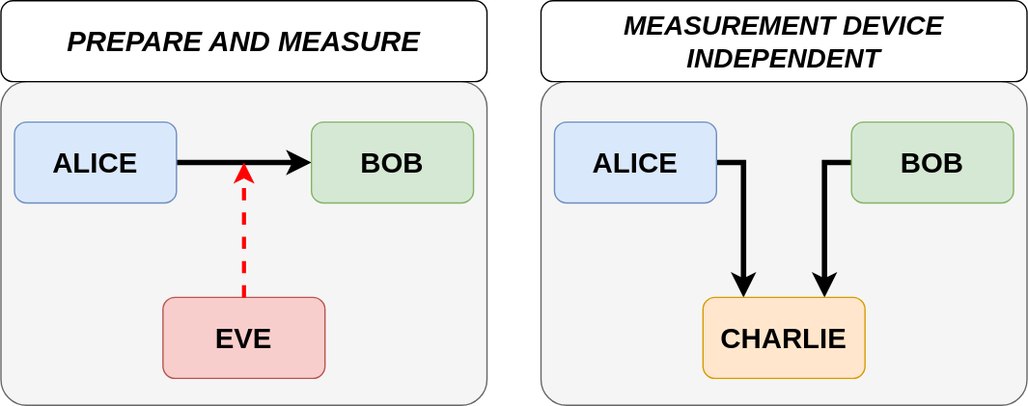
Before: QKD_implementations.drawio.svg, a diagram exported from draw.io (javijnb/LPRO_diagrams). Source tidied: cells renumbered, new cells last; positions are measured from the earlier drawing's top-left corner, leaving out a move shared by most shapes.
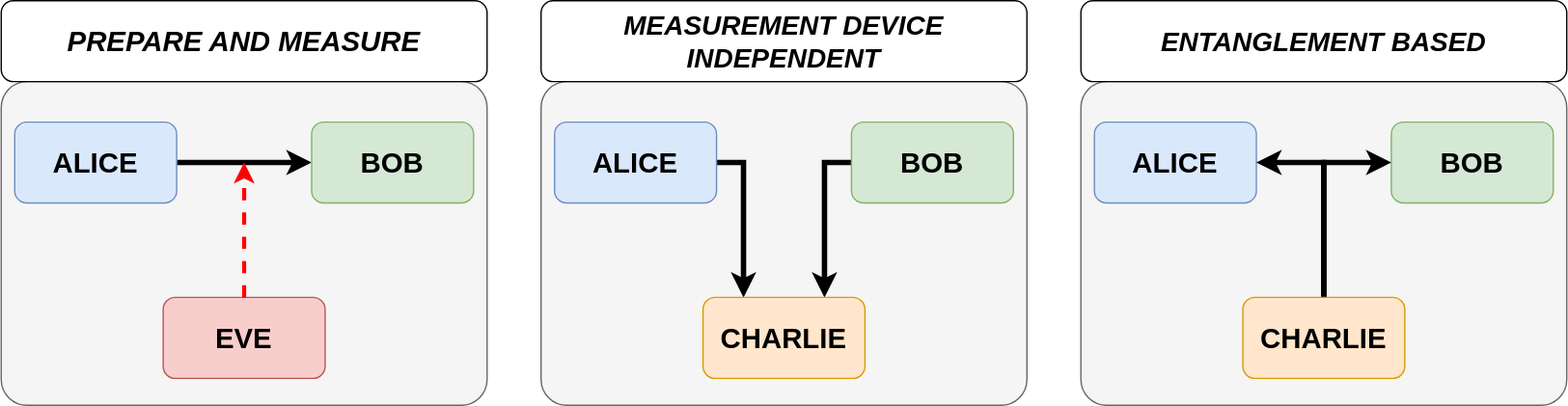
The same diagram one commit later.

The edit, as a diff of the source:
```diff
@@ -46,5 +46,26 @@
     <mxCell id="15" value="&lt;b&gt;&lt;i&gt;&lt;font style=&quot;font-size: 20px;&quot;&gt;MEASUREMENT DEVICE INDEPENDENT&lt;/font&gt;&lt;/i&gt;&lt;/b&gt;" style="rounded=1;whiteSpace=wrap;html=1;" parent="1" vertex="1">
       <mxGeometry x="400" width="360" height="60" as="geometry" />
     </mxCell>
+    <mxCell id="16" style="rounded=1;whiteSpace=wrap;html=1;fillColor=#f5f5f5;fontColor=#333333;strokeColor=#666666;arcSize=8;" parent="1" vertex="1">
+      <mxGeometry x="800" y="60" width="360" height="240" as="geometry" />
+    </mxCell>
+    <mxCell id="17" value="ALICE" style="rounded=1;whiteSpace=wrap;html=1;fontStyle=1;fontSize=21;fillColor=#dae8fc;strokeColor=#6c8ebf;" parent="1" vertex="1">
+      <mxGeometry x="810" y="90" width="120" height="60" as="geometry" />
+    </mxCell>
+    <mxCell id="18" value="BOB" style="rounded=1;whiteSpace=wrap;html=1;fontStyle=1;fontSize=21;fillColor=#d5e8d4;strokeColor=#82b366;" parent="1" vertex="1">
+      <mxGeometry x="1030" y="90" width="120" height="60" as="geometry" />
+    </mxCell>
+    <mxCell id="19" style="edgeStyle=orthogonalEdgeStyle;rounded=0;jettySize=auto;html=1;exitX=0.5;exitY=0;exitDx=0;exitDy=0;entryX=1;entryY=0.5;entryDx=0;entryDy=0;strokeWidth=4;" parent="1" edge="1" source="21" target="17">
+      <mxGeometry relative="1" as="geometry" />
+    </mxCell>
+    <mxCell id="20" style="edgeStyle=orthogonalEdgeStyle;rounded=0;jettySize=auto;html=1;exitX=0.5;exitY=0;exitDx=0;exitDy=0;entryX=0;entryY=0.5;entryDx=0;entryDy=0;strokeWidth=4;" parent="1" edge="1" source="21" target="18">
+      <mxGeometry relative="1" as="geometry" />
+    </mxCell>
+    <mxCell id="21" value="CHARLIE" style="rounded=1;whiteSpace=wrap;html=1;fontStyle=1;fontSize=21;fillColor=#ffe6cc;strokeColor=#d79b00;" parent="1" vertex="1">
+      <mxGeometry x="920" y="220" width="120" height="60" as="geometry" />
+    </mxCell>
+    <mxCell id="22" value="&lt;span style=&quot;font-size: 20px;&quot;&gt;&lt;b&gt;&lt;i&gt;ENTANGLEMENT BASED&lt;/i&gt;&lt;/b&gt;&lt;/span&gt;" style="rounded=1;whiteSpace=wrap;html=1;" parent="1" vertex="1">
+      <mxGeometry x="800" width="360" height="60" as="geometry" />
+    </mxCell>
   </root>
 </mxGraphModel>
```
